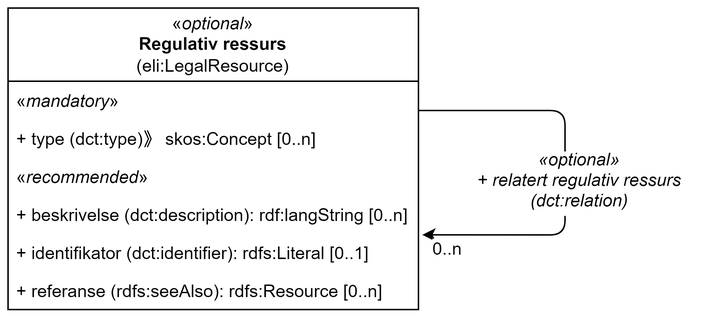
Before: docs/images/cdvno-legal-resource.png, a diagram exported from draw.io (Informasjonsforvaltning/cdvno). Source tidied: cells renumbered, new cells last; positions are measured from the earlier drawing's top-left corner, leaving out a move shared by most shapes. The source it was exported from:
```xml
<mxGraphModel>
  <root>
    <mxCell id="0" />
    <mxCell id="1" parent="0" />
    <mxCell id="2" style="endArrow=classic;html=1;exitX=1;exitY=0.25;exitDx=0;exitDy=0;entryX=1.013;entryY=0.636;entryDx=0;entryDy=0;entryPerimeter=0;" parent="1" edge="1">
      <mxGeometry relative="1" as="geometry">
        <mxPoint x="280" y="70" as="sourcePoint" />
        <mxPoint x="282.6" y="155" as="targetPoint" />
        <Array as="points">
          <mxPoint x="380" y="70" />
          <mxPoint x="380" y="155" />
        </Array>
      </mxGeometry>
    </mxCell>
    <mxCell id="3" value="«optional»&#10;+ relatert regulativ ressurs&#10;(dct:relation)" style="text;strokeColor=none;fillColor=none;align=center;verticalAlign=top;spacingLeft=4;spacingRight=4;overflow=hidden;fontFamily=Helvetica;labelBackgroundColor=default;fontStyle=2;" parent="1" vertex="1">
      <mxGeometry x="310" y="90" width="160" height="50" as="geometry" />
    </mxCell>
    <mxCell id="4" value="0..n" style="text;html=1;strokeColor=none;fillColor=none;align=center;verticalAlign=middle;whiteSpace=wrap;rounded=0;labelBackgroundColor=default;fontFamily=Helvetica;fontSize=12;" parent="1" vertex="1">
      <mxGeometry x="280" y="155" width="40" height="20" as="geometry" />
    </mxCell>
    <mxCell id="5" value="«&lt;i&gt;optional&lt;/i&gt;»&lt;br style=&quot;border-color: var(--border-color);&quot;&gt;&lt;b style=&quot;border-color: var(--border-color);&quot;&gt;Regulativ ressurs&lt;/b&gt;&lt;br style=&quot;border-color: var(--border-color);&quot;&gt;(eli:LegalResource)" style="swimlane;fontStyle=0;horizontal=1;startSize=50;fillColor=none;whiteSpace=wrap;html=1;" parent="1" vertex="1">
      <mxGeometry width="280" height="206" as="geometry" />
    </mxCell>
    <mxCell id="6" value="«&lt;i&gt;mandatory&lt;/i&gt;»" style="text;strokeColor=none;fillColor=none;align=left;verticalAlign=top;spacingLeft=4;spacingRight=4;overflow=hidden;whiteSpace=wrap;html=1;" parent="5" vertex="1">
      <mxGeometry y="50" width="280" height="26" as="geometry" />
    </mxCell>
    <mxCell id="7" value="+&amp;nbsp;type (dct:type)》 skos:Concept [0..n]" style="text;strokeColor=none;fillColor=none;align=left;verticalAlign=top;spacingLeft=4;spacingRight=4;overflow=hidden;whiteSpace=wrap;html=1;" parent="5" vertex="1">
      <mxGeometry y="76" width="280" height="26" as="geometry" />
    </mxCell>
    <mxCell id="8" value="«&lt;i&gt;recommended&lt;/i&gt;»" style="text;strokeColor=none;fillColor=none;align=left;verticalAlign=top;spacingLeft=4;spacingRight=4;overflow=hidden;whiteSpace=wrap;html=1;" parent="5" vertex="1">
      <mxGeometry y="102" width="280" height="26" as="geometry" />
    </mxCell>
    <mxCell id="9" value="+&amp;nbsp;beskrivelse (dct:description): rdf:langString [0..n]" style="text;strokeColor=none;fillColor=none;align=left;verticalAlign=top;spacingLeft=4;spacingRight=4;overflow=hidden;points=[[0,0.5],[1,0.5]];portConstraint=eastwest;whiteSpace=wrap;html=1;" parent="5" vertex="1">
      <mxGeometry y="128" width="280" height="26" as="geometry" />
    </mxCell>
    <mxCell id="10" value="+ identifikator&amp;nbsp;(dct:identifier): rdfs:Literal [0..1]" style="text;strokeColor=none;fillColor=none;align=left;verticalAlign=top;spacingLeft=4;spacingRight=4;overflow=hidden;whiteSpace=wrap;html=1;" parent="5" vertex="1">
      <mxGeometry y="154" width="280" height="26" as="geometry" />
    </mxCell>
    <mxCell id="11" value="+&amp;nbsp;referanse&amp;nbsp;(rdfs:seeAlso): rdfs:Resource [0..n]" style="text;strokeColor=none;fillColor=none;align=left;verticalAlign=top;spacingLeft=4;spacingRight=4;overflow=hidden;whiteSpace=wrap;html=1;" parent="5" vertex="1">
      <mxGeometry y="180" width="280" height="26" as="geometry" />
    </mxCell>
  </root>
</mxGraphModel>
```
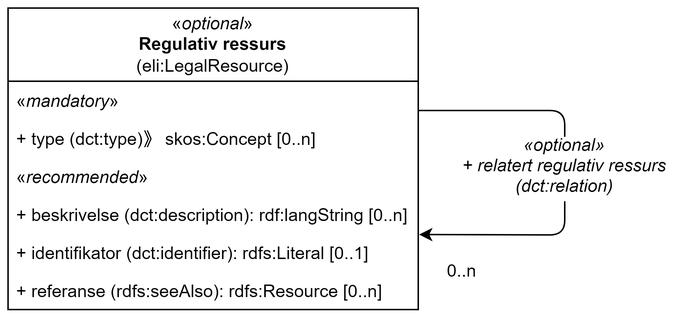
Above is the later version.

What changed in the source:
```diff
@@ -2,10 +2,9 @@
   <root>
     <mxCell id="0" />
     <mxCell id="1" parent="0" />
-    <mxCell id="2" style="endArrow=classic;html=1;exitX=1;exitY=0.25;exitDx=0;exitDy=0;entryX=1.013;entryY=0.636;entryDx=0;entryDy=0;entryPerimeter=0;" parent="1" edge="1">
+    <mxCell id="2" style="endArrow=classic;html=1;exitX=1;exitY=0.25;exitDx=0;exitDy=0;entryX=1.002;entryY=1.029;entryDx=0;entryDy=0;entryPerimeter=0;" parent="1" edge="1" target="9">
       <mxGeometry relative="1" as="geometry">
         <mxPoint x="280" y="70" as="sourcePoint" />
-        <mxPoint x="282.6" y="155" as="targetPoint" />
         <Array as="points">
           <mxPoint x="380" y="70" />
           <mxPoint x="380" y="155" />
@@ -13,10 +12,10 @@
       </mxGeometry>
     </mxCell>
     <mxCell id="3" value="«optional»&#10;+ relatert regulativ ressurs&#10;(dct:relation)" style="text;strokeColor=none;fillColor=none;align=center;verticalAlign=top;spacingLeft=4;spacingRight=4;overflow=hidden;fontFamily=Helvetica;labelBackgroundColor=default;fontStyle=2;" parent="1" vertex="1">
-      <mxGeometry x="310" y="90" width="160" height="50" as="geometry" />
+      <mxGeometry x="300" y="80" width="160" height="50" as="geometry" />
     </mxCell>
     <mxCell id="4" value="0..n" style="text;html=1;strokeColor=none;fillColor=none;align=center;verticalAlign=middle;whiteSpace=wrap;rounded=0;labelBackgroundColor=default;fontFamily=Helvetica;fontSize=12;" parent="1" vertex="1">
-      <mxGeometry x="280" y="155" width="40" height="20" as="geometry" />
+      <mxGeometry x="290" y="170" width="40" height="20" as="geometry" />
     </mxCell>
     <mxCell id="5" value="«&lt;i&gt;optional&lt;/i&gt;»&lt;br style=&quot;border-color: var(--border-color);&quot;&gt;&lt;b style=&quot;border-color: var(--border-color);&quot;&gt;Regulativ ressurs&lt;/b&gt;&lt;br style=&quot;border-color: var(--border-color);&quot;&gt;(eli:LegalResource)" style="swimlane;fontStyle=0;horizontal=1;startSize=50;fillColor=none;whiteSpace=wrap;html=1;" parent="1" vertex="1">
       <mxGeometry width="280" height="206" as="geometry" />
```
